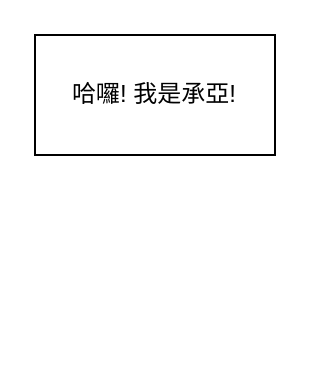
Before: Untitled Diagram.drawio in dodooodo/feplace, a draw.io diagram. Source tidied: cells renumbered, new cells numbered last; positions are measured from the earlier drawing's top-left corner, leaving out a move shared by most shapes. Both pictures are drawn from the tidied source at 200%, with x=0, y=0 at pixel (34, 34).
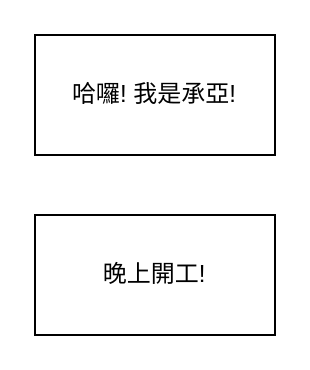
The same diagram, later.

Commit message:
Hello from dodooodo

Diff of the diagram source:
```diff
@@
 <mxGraphModel>
   <root>
     <mxCell id="0" />
     <mxCell id="1" parent="0" />
     <mxCell id="2" value="哈囉! 我是承亞!" style="rounded=0;whiteSpace=wrap;html=1;" parent="1" vertex="1">
       <mxGeometry width="120" height="60" as="geometry" />
     </mxCell>
+    <mxCell id="3" value="晚上開工!" style="rounded=0;whiteSpace=wrap;html=1;" parent="1" vertex="1">
+      <mxGeometry y="90" width="120" height="60" as="geometry" />
+    </mxCell>
   </root>
 </mxGraphModel>
```
